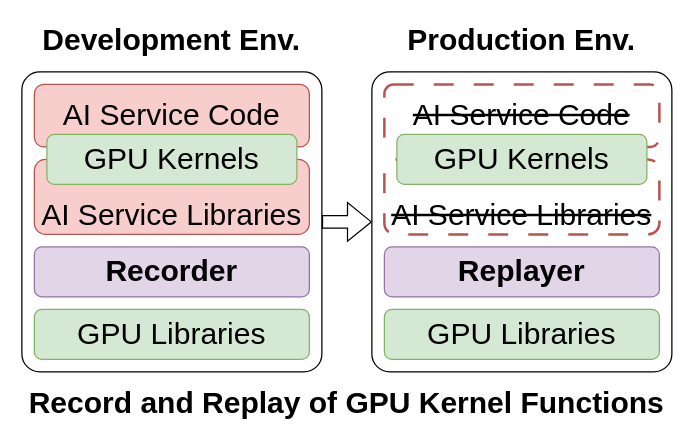
Above: page "replay" (5 of 8) of ConfidentialComputing/confAI_current.drawio in ya0guang/researches (draw.io), before the change. Source tidied: cells renumbered, new cells numbered last; positions are measured from the earlier drawing's top-left corner, leaving out a move shared by most shapes. Both pictures are drawn from the tidied source at 125%, with x=0, y=0 at pixel (21, 21).
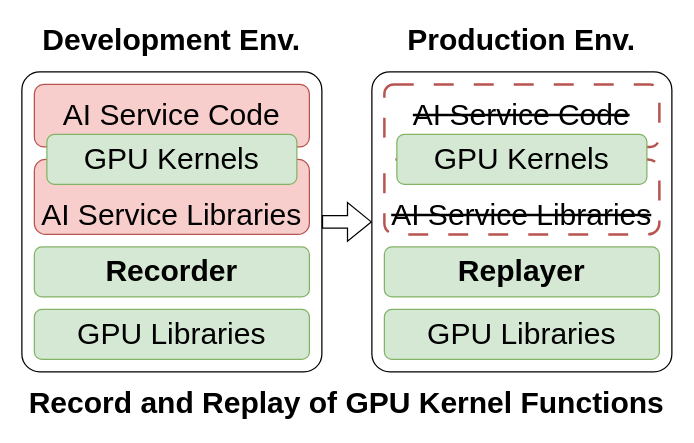
Above is the later version.

The edit, as a diff of the source:
```diff
@@
 <mxGraphModel>
   <root>
     <mxCell id="0" />
     <mxCell id="1" parent="0" />
     <mxCell id="2" style="rounded=1;whiteSpace=wrap;html=1;fillColor=none;arcSize=6;" parent="1" vertex="1">
       <mxGeometry y="40" width="240" height="240" as="geometry" />
     </mxCell>
     <mxCell id="3" value="&lt;div&gt;&lt;span style=&quot;font-size: 24px; background-color: initial;&quot;&gt;&lt;br&gt;&lt;/span&gt;&lt;/div&gt;&lt;div&gt;&lt;span style=&quot;font-size: 24px; background-color: initial;&quot;&gt;AI Service Libraries&lt;/span&gt;&lt;br&gt;&lt;/div&gt;" style="rounded=1;whiteSpace=wrap;html=1;fillColor=#f8cecc;strokeColor=#b85450;" parent="1" vertex="1">
       <mxGeometry x="10" y="110" width="220" height="60" as="geometry" />
     </mxCell>
     <mxCell id="4" value="&lt;span style=&quot;font-size: 24px;&quot;&gt;GPU Libraries&lt;/span&gt;" style="rounded=1;whiteSpace=wrap;html=1;fillColor=#d5e8d4;strokeColor=#82b366;" parent="1" vertex="1">
       <mxGeometry x="10" y="230" width="220" height="40" as="geometry" />
     </mxCell>
     <mxCell id="5" value="&lt;div&gt;&lt;span style=&quot;background-color: initial; font-size: 24px;&quot;&gt;AI Service Code&lt;/span&gt;&lt;/div&gt;" style="rounded=1;whiteSpace=wrap;html=1;fillColor=#f8cecc;strokeColor=#b85450;" parent="1" vertex="1">
       <mxGeometry x="10" y="50" width="220" height="50" as="geometry" />
     </mxCell>
     <mxCell id="6" style="group;shadow=0;rounded=0;glass=0;" parent="1" vertex="1">
       <mxGeometry x="20" y="90" width="200" height="40" as="geometry" />
     </mxCell>
     <mxCell id="7" value="&lt;span style=&quot;font-size: 24px;&quot;&gt;GPU Kernels&lt;/span&gt;" style="rounded=1;whiteSpace=wrap;html=1;fillColor=#d5e8d4;strokeColor=#82b366;" parent="6" vertex="1">
       <mxGeometry width="200" height="40" as="geometry" />
     </mxCell>
-    <mxCell id="8" value="&lt;span style=&quot;font-size: 24px;&quot;&gt;&lt;b&gt;Recorder&lt;/b&gt;&lt;/span&gt;" style="rounded=1;whiteSpace=wrap;html=1;fillColor=#e1d5e7;strokeColor=#9673a6;glass=0;shadow=0;strokeWidth=1;gradientColor=none;" parent="1" vertex="1">
+    <mxCell id="8" value="&lt;span style=&quot;font-size: 24px;&quot;&gt;&lt;b&gt;Recorder&lt;/b&gt;&lt;/span&gt;" style="rounded=1;whiteSpace=wrap;html=1;fillColor=#d5e8d4;strokeColor=#82b366;glass=0;shadow=0;strokeWidth=1;" parent="1" vertex="1">
       <mxGeometry x="10" y="180" width="220" height="40" as="geometry" />
     </mxCell>
     <mxCell id="9" style="rounded=1;whiteSpace=wrap;html=1;fillColor=none;arcSize=6;" parent="1" vertex="1">
       <mxGeometry x="280" y="40" width="240" height="240" as="geometry" />
     </mxCell>
     <mxCell id="10" value="&lt;span style=&quot;font-size: 24px;&quot;&gt;GPU Libraries&lt;/span&gt;" style="rounded=1;whiteSpace=wrap;html=1;fillColor=#d5e8d4;strokeColor=#82b366;" parent="1" vertex="1">
       <mxGeometry x="290" y="230" width="220" height="40" as="geometry" />
     </mxCell>
-    <mxCell id="11" value="&lt;span style=&quot;font-size: 24px;&quot;&gt;&lt;b&gt;Replayer&lt;/b&gt;&lt;/span&gt;" style="rounded=1;whiteSpace=wrap;html=1;fillColor=#e1d5e7;strokeColor=#9673a6;glass=0;shadow=0;strokeWidth=1;gradientColor=none;" parent="1" vertex="1">
+    <mxCell id="11" value="&lt;span style=&quot;font-size: 24px;&quot;&gt;&lt;b&gt;Replayer&lt;/b&gt;&lt;/span&gt;" style="rounded=1;whiteSpace=wrap;html=1;fillColor=#d5e8d4;strokeColor=#82b366;glass=0;shadow=0;strokeWidth=1;" parent="1" vertex="1">
       <mxGeometry x="290" y="180" width="220" height="40" as="geometry" />
     </mxCell>
     <mxCell id="12" style="shape=flexArrow;endArrow=classic;html=1;rounded=0;exitX=1;exitY=0.5;exitDx=0;exitDy=0;entryX=0;entryY=0.5;entryDx=0;entryDy=0;" parent="1" edge="1" source="2" target="9">
       <mxGeometry relative="1" as="geometry" />
     </mxCell>
     <mxCell id="13" value="&lt;font style=&quot;font-size: 24px;&quot;&gt;&lt;b&gt;Development Env.&lt;/b&gt;&lt;/font&gt;" style="text;html=1;align=center;verticalAlign=middle;whiteSpace=wrap;rounded=0;" parent="1" vertex="1">
       <mxGeometry x="10" width="220" height="30" as="geometry" />
     </mxCell>
     <mxCell id="14" value="&lt;font style=&quot;font-size: 24px;&quot;&gt;&lt;b&gt;Production Env.&lt;/b&gt;&lt;/font&gt;" style="text;html=1;align=center;verticalAlign=middle;whiteSpace=wrap;rounded=0;" parent="1" vertex="1">
       <mxGeometry x="290" width="220" height="30" as="geometry" />
     </mxCell>
     <mxCell id="15" value="&lt;font style=&quot;font-size: 24px;&quot;&gt;&lt;b&gt;Record and Replay of GPU Kernel Functions&lt;/b&gt;&lt;/font&gt;" style="text;html=1;align=center;verticalAlign=middle;whiteSpace=wrap;rounded=0;" parent="1" vertex="1">
       <mxGeometry y="290" width="520" height="30" as="geometry" />
     </mxCell>
     <mxCell id="16" value="&lt;div&gt;&lt;span style=&quot;font-size: 24px; background-color: initial;&quot;&gt;&lt;strike&gt;&lt;br&gt;&lt;/strike&gt;&lt;/span&gt;&lt;/div&gt;&lt;div&gt;&lt;span style=&quot;font-size: 24px; background-color: initial;&quot;&gt;&lt;strike&gt;AI Service Libraries&lt;/strike&gt;&lt;/span&gt;&lt;br&gt;&lt;/div&gt;" style="rounded=1;whiteSpace=wrap;html=1;fillColor=none;strokeColor=#b85450;dashed=1;dashPattern=8 8;strokeWidth=2;" parent="1" vertex="1">
       <mxGeometry x="290" y="110" width="220" height="60" as="geometry" />
     </mxCell>
     <mxCell id="17" value="&lt;div&gt;&lt;span style=&quot;background-color: initial; font-size: 24px;&quot;&gt;&lt;strike&gt;AI Service Code&lt;/strike&gt;&lt;/span&gt;&lt;/div&gt;" style="rounded=1;whiteSpace=wrap;html=1;fillColor=none;strokeColor=#b85450;dashed=1;dashPattern=8 8;strokeWidth=2;" parent="1" vertex="1">
       <mxGeometry x="290" y="50" width="220" height="50" as="geometry" />
     </mxCell>
     <mxCell id="18" style="group;shadow=0;rounded=0;glass=0;" parent="1" vertex="1">
       <mxGeometry x="300" y="90" width="200" height="40" as="geometry" />
     </mxCell>
     <mxCell id="19" value="&lt;span style=&quot;font-size: 24px;&quot;&gt;GPU Kernels&lt;/span&gt;" style="rounded=1;whiteSpace=wrap;html=1;fillColor=#d5e8d4;strokeColor=#82b366;" parent="18" vertex="1">
       <mxGeometry width="200" height="40" as="geometry" />
     </mxCell>
   </root>
 </mxGraphModel>
```
